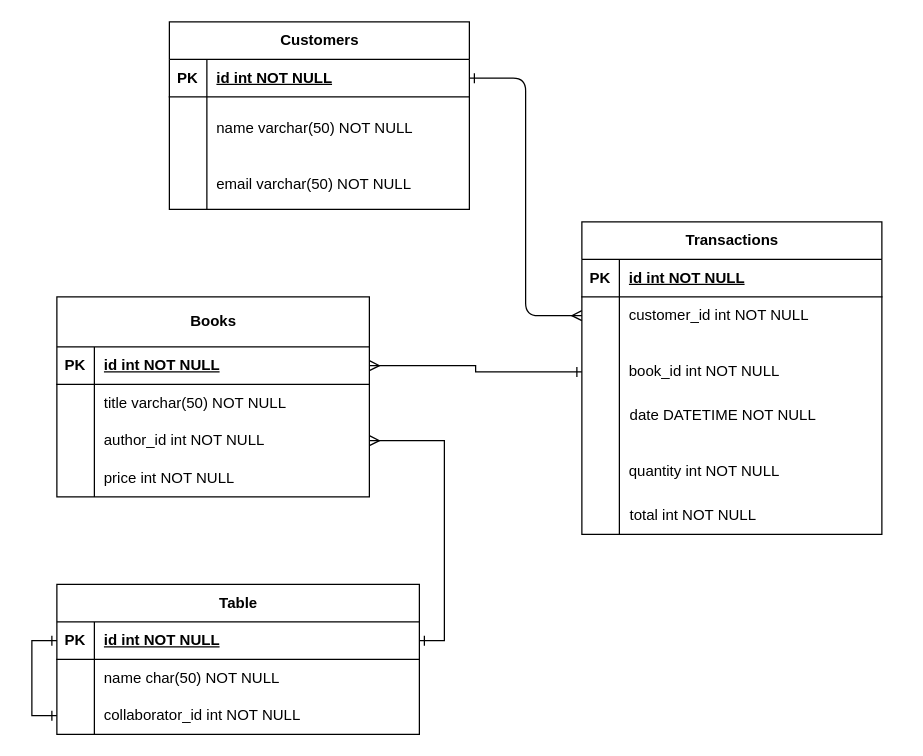
Utsukara/CTDatabaseFundamentals keeps this draw.io diagram as BookHaven.drawio. Above is the earlier version. Source tidied: cells renumbered, new cells numbered last; positions are measured from the earlier drawing's top-left corner, leaving out a move shared by most shapes. Both pictures are drawn from the tidied source at 125%, with x=0, y=0 at pixel (56, 21).
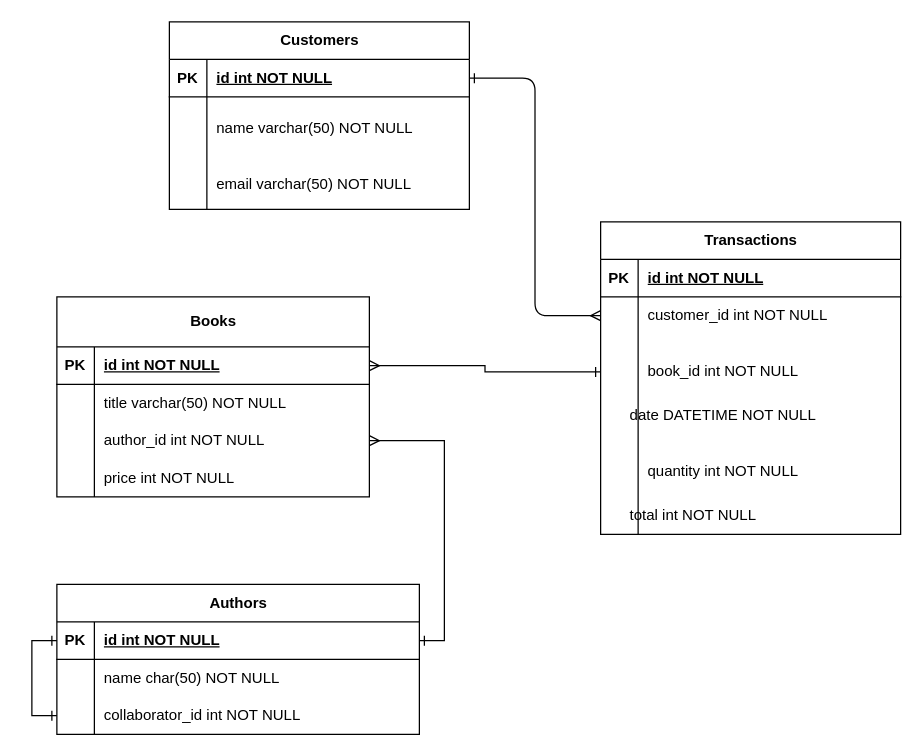
The same page after the edit.

The edit, as a diff of the source:
```diff
@@
     <mxCell id="12" value="Transactions" style="shape=table;startSize=30;childLayout=tableLayout;rowLines=0;fontStyle=1;align=center;html=1;" parent="1" vertex="1">
-      <mxGeometry x="420" y="160" width="240" height="250" as="geometry" />
+      <mxGeometry x="435" y="160" width="240" height="250" as="geometry" />
     </mxCell>
@@
-    <mxCell id="41" value="Table" style="shape=table;startSize=30;childLayout=tableLayout;rowLines=0;fontStyle=1;align=center;html=1;" parent="1" vertex="1">
+    <mxCell id="41" value="Authors" style="shape=table;startSize=30;childLayout=tableLayout;rowLines=0;fontStyle=1;align=center;html=1;" parent="1" vertex="1">
       <mxGeometry y="450" width="290" height="120" as="geometry" />
     </mxCell>
```
